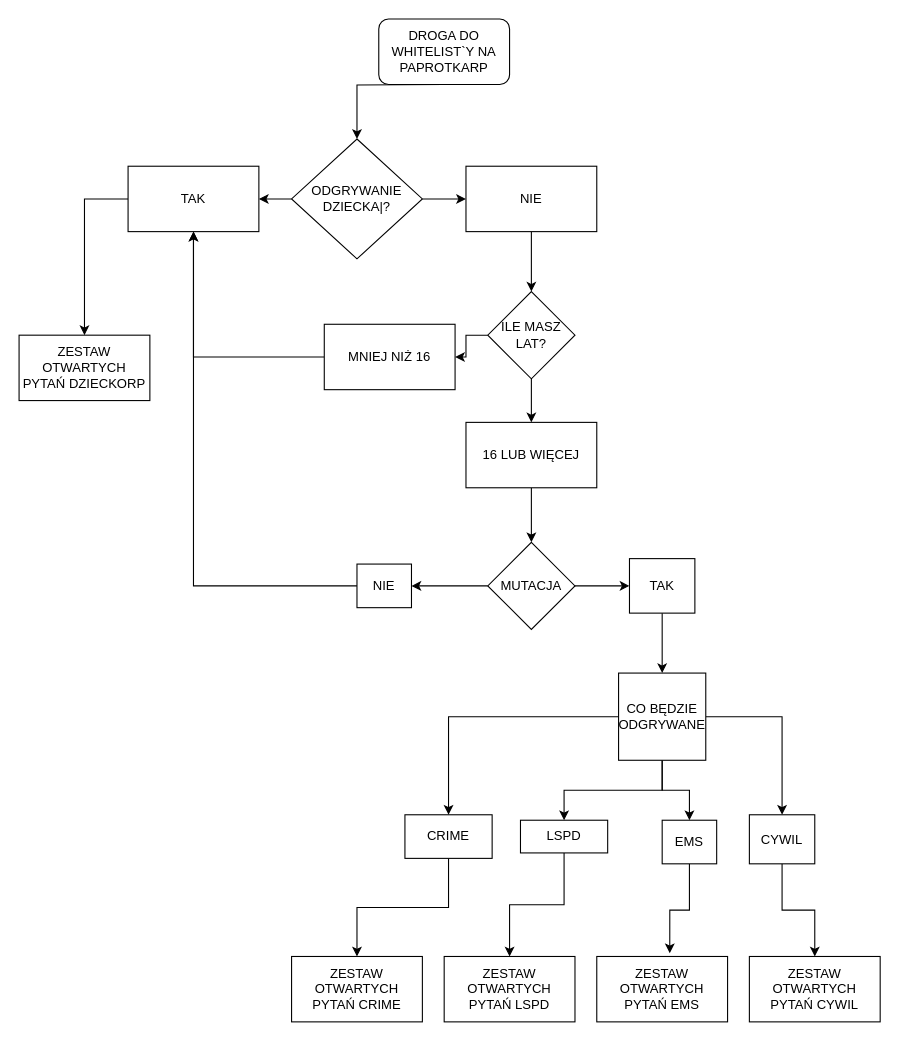
Before: Untitled Diagram.drawio in pusheck/diagram, a draw.io diagram. Source tidied: cells renumbered, new cells numbered last; positions are measured from the earlier drawing's top-left corner, leaving out a move shared by most shapes. Both pictures are drawn from the tidied source at 109%, with x=0, y=0 at pixel (19, 19).
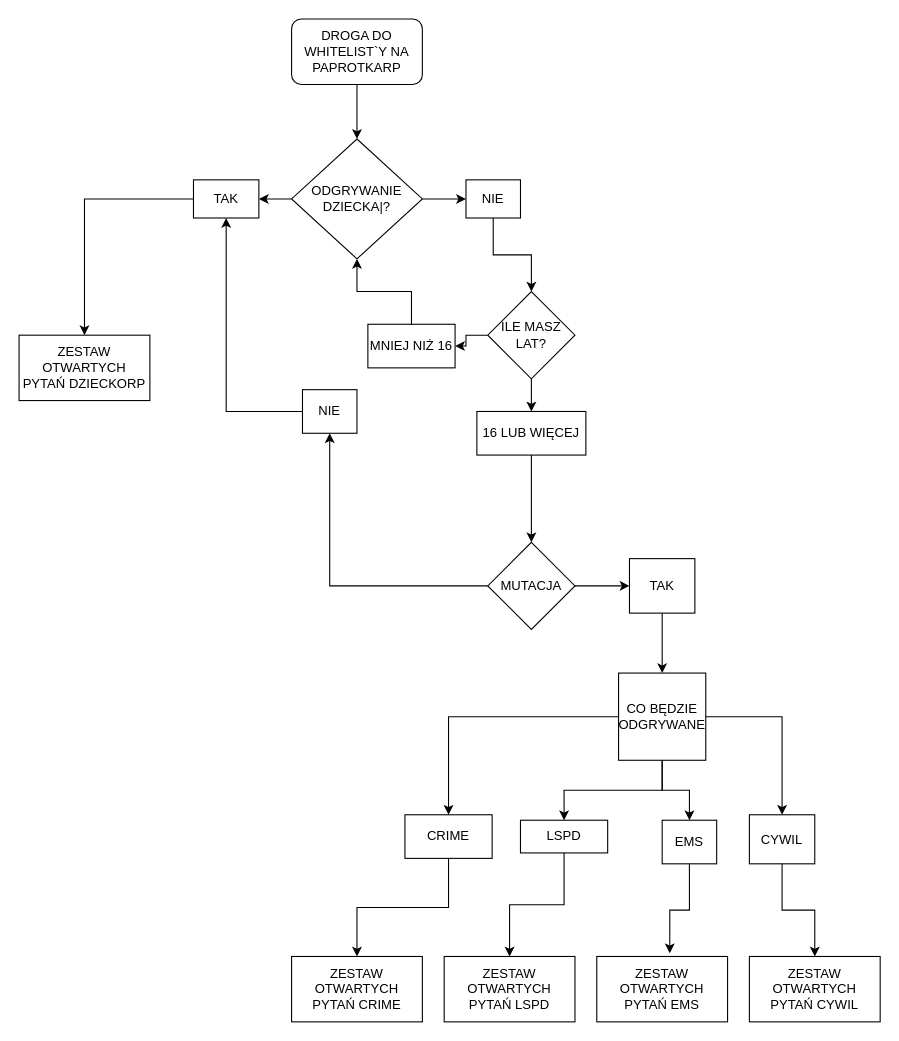
Above is the later version.

Unchanged cells that the change refers to:
```xml
<mxCell id="5" value="ODGRYWANIE DZIECKA|?" style="rhombus;whiteSpace=wrap;html=1;" parent="1" vertex="1">
  <mxGeometry x="250" y="110" width="120" height="110" as="geometry" />
</mxCell>
```

What changed in the source:
```diff
@@
-    <mxCell id="2" style="edgeStyle=orthogonalEdgeStyle;rounded=0;jettySize=auto;html=1;" parent="1" edge="1" target="5">
-      <mxGeometry relative="1" as="geometry">
-        <mxPoint x="390" y="60" as="sourcePoint" />
-      </mxGeometry>
-    </mxCell>
@@
+    <mxCell id="43" style="edgeStyle=orthogonalEdgeStyle;rounded=0;jettySize=auto;html=1;" parent="1" edge="1" source="6" target="5">
+      <mxGeometry relative="1" as="geometry" />
+    </mxCell>
     <mxCell id="6" value="DROGA DO WHITELIST`Y NA PAPROTKARP" style="rounded=1;whiteSpace=wrap;html=1;" parent="1" vertex="1">
-      <mxGeometry x="330" width="120" height="60" as="geometry" />
+      <mxGeometry x="250" width="120" height="60" as="geometry" />
     </mxCell>
@@
     <mxCell id="8" value="TAK" style="whiteSpace=wrap;html=1;" parent="1" vertex="1">
-      <mxGeometry x="100" y="135" width="120" height="60" as="geometry" />
+      <mxGeometry x="160" y="147.5" width="60" height="35" as="geometry" />
     </mxCell>
@@
     <mxCell id="10" value="NIE&lt;br&gt;" style="whiteSpace=wrap;html=1;" parent="1" vertex="1">
-      <mxGeometry x="410" y="135" width="120" height="60" as="geometry" />
+      <mxGeometry x="410" y="147.5" width="50" height="35" as="geometry" />
     </mxCell>
@@
     <mxCell id="15" value="16 LUB WIĘCEJ" style="whiteSpace=wrap;html=1;" parent="1" vertex="1">
-      <mxGeometry x="410" y="370" width="120" height="60" as="geometry" />
+      <mxGeometry x="420" y="360" width="100" height="40" as="geometry" />
     </mxCell>
@@
-    <mxCell id="19" style="edgeStyle=orthogonalEdgeStyle;rounded=0;jettySize=auto;html=1;exitX=0;exitY=0.5;exitDx=0;exitDy=0;" parent="1" edge="1" source="20" target="8">
-      <mxGeometry relative="1" as="geometry" />
-    </mxCell>
+    <mxCell id="44" style="edgeStyle=orthogonalEdgeStyle;rounded=0;jettySize=auto;html=1;exitX=0.5;exitY=0;exitDx=0;exitDy=0;entryX=0.5;entryY=1;entryDx=0;entryDy=0;" parent="1" edge="1" source="20" target="5">
+      <mxGeometry relative="1" as="geometry" />
+    </mxCell>
     <mxCell id="20" value="MNIEJ NIŻ 16" style="whiteSpace=wrap;html=1;" parent="1" vertex="1">
-      <mxGeometry x="280" y="280" width="120" height="60" as="geometry" />
+      <mxGeometry x="320" y="280" width="80" height="40" as="geometry" />
     </mxCell>
@@
     <mxCell id="24" value="NIE" style="whiteSpace=wrap;html=1;" parent="1" vertex="1">
-      <mxGeometry x="310" y="500" width="50" height="40" as="geometry" />
+      <mxGeometry x="260" y="340" width="50" height="40" as="geometry" />
     </mxCell>
```
